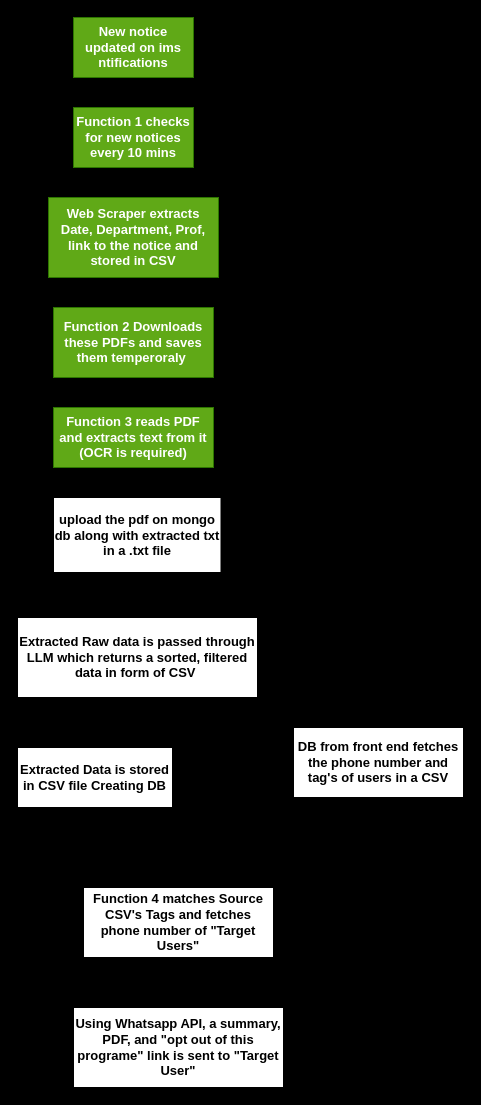
Before: Flow.drawio in kumarkushagra/CampusPing, a draw.io diagram. Source tidied: cells renumbered, new cells numbered last; positions are measured from the earlier drawing's top-left corner, leaving out a move shared by most shapes. Both pictures are drawn from the tidied source at 100%, with x=0, y=0 at pixel (17, 17).
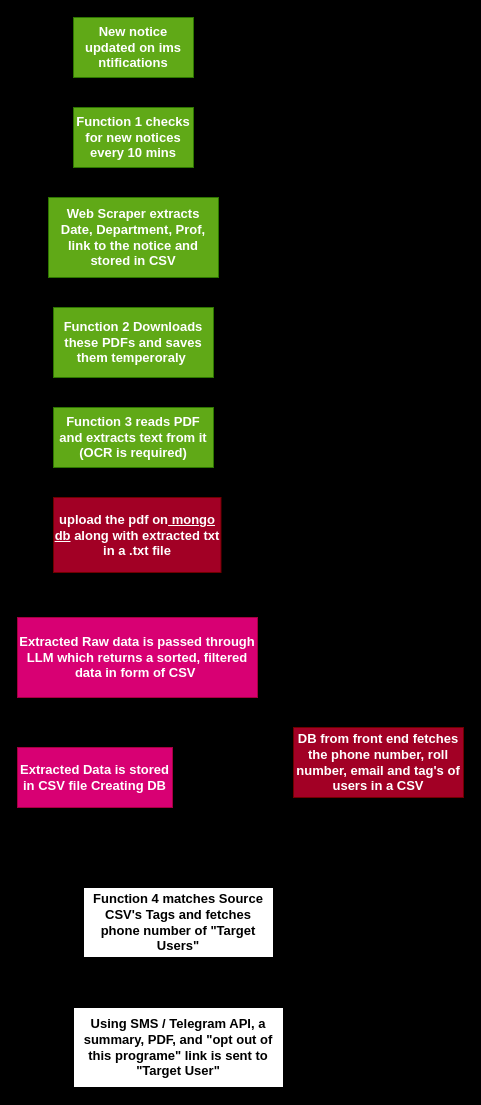
The same diagram, later.

Diff of the diagram source:
```diff
@@
-    <mxCell id="13" value="Extracted Raw data is passed through LLM which returns a sorted, filtered data in form of CSV&amp;nbsp;&lt;br&gt;" style="rounded=0;whiteSpace=wrap;fontStyle=1;fontSize=13;labelBorderColor=none;labelPosition=center;verticalLabelPosition=middle;align=center;verticalAlign=middle;html=1;" parent="1" vertex="1">
+    <mxCell id="13" value="Extracted Raw data is passed through LLM which returns a sorted, filtered data in form of CSV&amp;nbsp;&lt;br&gt;" style="rounded=0;whiteSpace=wrap;fontStyle=1;fontSize=13;labelBorderColor=none;labelPosition=center;verticalLabelPosition=middle;align=center;verticalAlign=middle;html=1;fillColor=#d80073;fontColor=#ffffff;strokeColor=#A50040;" parent="1" vertex="1">
       <mxGeometry y="600" width="240" height="80" as="geometry" />
     </mxCell>
@@
-    <mxCell id="15" value="Extracted Data is stored in CSV file Creating DB&lt;br&gt;" style="rounded=0;whiteSpace=wrap;fontStyle=1;fontSize=13;labelBorderColor=none;labelPosition=center;verticalLabelPosition=middle;align=center;verticalAlign=middle;html=1;" parent="1" vertex="1">
+    <mxCell id="15" value="Extracted Data is stored in CSV file Creating DB&lt;br&gt;" style="rounded=0;whiteSpace=wrap;fontStyle=1;fontSize=13;labelBorderColor=none;labelPosition=center;verticalLabelPosition=middle;align=center;verticalAlign=middle;html=1;fillColor=#d80073;fontColor=#ffffff;strokeColor=#A50040;" parent="1" vertex="1">
       <mxGeometry y="730" width="155" height="60" as="geometry" />
     </mxCell>
@@
-    <mxCell id="17" value="DB from front end fetches the phone number and tag&amp;#39;s of users in a CSV" style="rounded=0;whiteSpace=wrap;fontStyle=1;fontSize=13;labelBorderColor=none;labelPosition=center;verticalLabelPosition=middle;align=center;verticalAlign=middle;html=1;" parent="1" vertex="1">
+    <mxCell id="17" value="DB from front end fetches the phone number, roll number, email and tag's of users in a CSV" style="rounded=0;whiteSpace=wrap;fontStyle=1;fontSize=13;labelBorderColor=none;labelPosition=center;verticalLabelPosition=middle;align=center;verticalAlign=middle;html=1;fillColor=#a20025;fontColor=#ffffff;strokeColor=#6F0000;" parent="1" vertex="1">
       <mxGeometry x="276" y="710" width="170" height="70" as="geometry" />
     </mxCell>
@@
-    <mxCell id="20" value="Using Whatsapp API, a summary, PDF, and &quot;opt out of this programe&quot; link is sent to &quot;Target User&quot;&lt;br&gt;" style="rounded=0;whiteSpace=wrap;fontStyle=1;fontSize=13;labelBorderColor=none;labelPosition=center;verticalLabelPosition=middle;align=center;verticalAlign=middle;html=1;" parent="1" vertex="1">
+    <mxCell id="20" value="Using SMS / Telegram API, a summary, PDF, and &quot;opt out of this programe&quot; link is sent to &quot;Target User&quot;" style="rounded=0;whiteSpace=wrap;fontStyle=1;fontSize=13;labelBorderColor=none;labelPosition=center;verticalLabelPosition=middle;align=center;verticalAlign=middle;html=1;" parent="1" vertex="1">
       <mxGeometry x="56" y="990" width="210" height="80" as="geometry" />
     </mxCell>
@@
-    <mxCell id="22" value="upload the pdf on mongo db along with extracted txt in a .txt file" style="rounded=0;whiteSpace=wrap;hachureGap=4;fontFamily=Helvetica;fontSize=13;fontStyle=1;labelBorderColor=none;labelPosition=center;verticalLabelPosition=middle;align=center;verticalAlign=middle;html=1;" parent="1" vertex="1">
+    <mxCell id="22" value="upload the pdf on&lt;u&gt; mongo db&lt;/u&gt; along with extracted txt in a .txt file" style="rounded=0;whiteSpace=wrap;hachureGap=4;fontFamily=Helvetica;fontSize=13;fontStyle=1;labelBorderColor=none;labelPosition=center;verticalLabelPosition=middle;align=center;verticalAlign=middle;html=1;fillColor=#a20025;fontColor=#ffffff;strokeColor=#6F0000;" parent="1" vertex="1">
       <mxGeometry x="36" y="480" width="167.5" height="75" as="geometry" />
     </mxCell>
```
